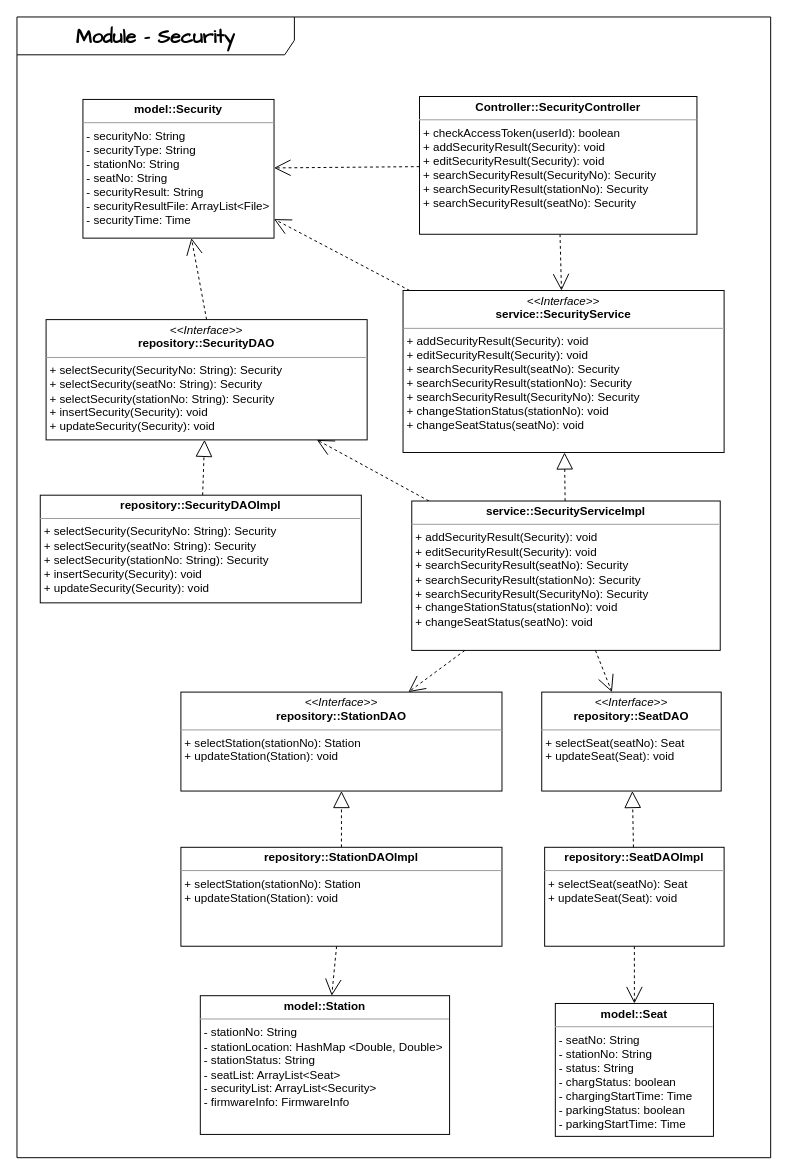
This is Module/Security.drawio from coldmu/aa_exam, a draw.io file, before an edit. Source tidied: cells renumbered, new cells numbered last; positions are measured from the earlier drawing's top-left corner, leaving out a move shared by most shapes. Both pictures are drawn from the tidied source at 97%, with x=0, y=0 at pixel (16, 16).
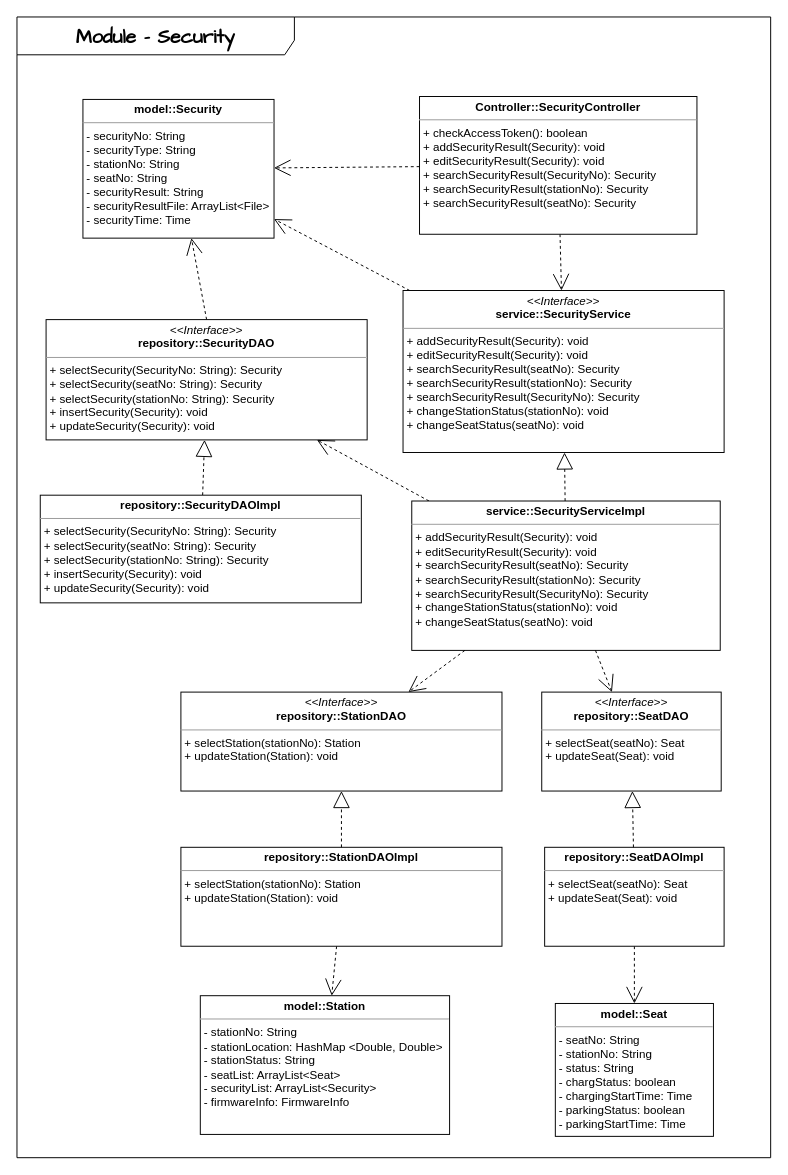
After the change.

What changed in the source:
```diff
@@
-    <mxCell id="9" value="&lt;p style=&quot;margin:0px;margin-top:4px;text-align:center;&quot;&gt;&lt;b style=&quot;background-color: initial;&quot;&gt;Controller::SecurityController&lt;/b&gt;&lt;/p&gt;&lt;p style=&quot;margin:0px;margin-top:4px;text-align:center;&quot;&gt;&lt;/p&gt;&lt;hr size=&quot;1&quot;&gt;&lt;p style=&quot;margin:0px;margin-left:4px;&quot;&gt;+ checkAccessToken(userId): boolean&lt;/p&gt;&lt;p style=&quot;margin:0px;margin-left:4px;&quot;&gt;+ addSecurityResult(Security): void&lt;/p&gt;&lt;p style=&quot;margin:0px;margin-left:4px;&quot;&gt;+ editSecurityResult(Security): void&lt;/p&gt;&lt;p style=&quot;margin:0px;margin-left:4px;&quot;&gt;+ searchSecurityResult(SecurityNo): Security&lt;br&gt;&lt;/p&gt;&lt;p style=&quot;margin:0px;margin-left:4px;&quot;&gt;+ searchSecurityResult(stationNo): Security&lt;br&gt;&lt;/p&gt;&lt;p style=&quot;margin:0px;margin-left:4px;&quot;&gt;+ searchSecurityResult(seatNo): Security&lt;/p&gt;" style="verticalAlign=top;align=left;overflow=fill;fontSize=12;fontFamily=Helvetica;html=1;whiteSpace=wrap;" parent="1" vertex="1">
+    <mxCell id="9" value="&lt;p style=&quot;margin:0px;margin-top:4px;text-align:center;&quot;&gt;&lt;b style=&quot;background-color: initial;&quot;&gt;Controller::SecurityController&lt;/b&gt;&lt;/p&gt;&lt;p style=&quot;margin:0px;margin-top:4px;text-align:center;&quot;&gt;&lt;/p&gt;&lt;hr size=&quot;1&quot;&gt;&lt;p style=&quot;margin:0px;margin-left:4px;&quot;&gt;+ checkAccessToken(): boolean&lt;/p&gt;&lt;p style=&quot;margin:0px;margin-left:4px;&quot;&gt;+ addSecurityResult(Security): void&lt;/p&gt;&lt;p style=&quot;margin:0px;margin-left:4px;&quot;&gt;+ editSecurityResult(Security): void&lt;/p&gt;&lt;p style=&quot;margin:0px;margin-left:4px;&quot;&gt;+ searchSecurityResult(SecurityNo): Security&lt;br&gt;&lt;/p&gt;&lt;p style=&quot;margin:0px;margin-left:4px;&quot;&gt;+ searchSecurityResult(stationNo): Security&lt;br&gt;&lt;/p&gt;&lt;p style=&quot;margin:0px;margin-left:4px;&quot;&gt;+ searchSecurityResult(seatNo): Security&lt;/p&gt;" style="verticalAlign=top;align=left;overflow=fill;fontSize=12;fontFamily=Helvetica;html=1;whiteSpace=wrap;" parent="1" vertex="1">
       <mxGeometry x="415" y="82" width="286" height="142" as="geometry" />
     </mxCell>
```
